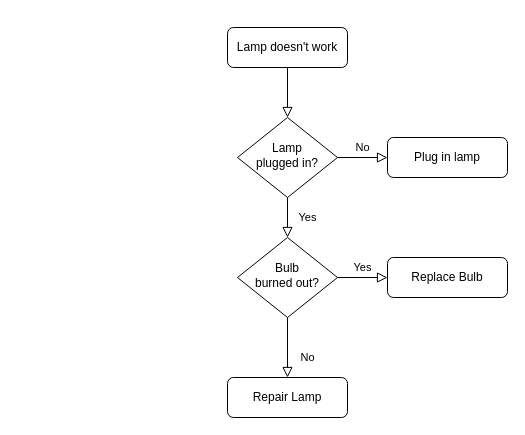
This is h5游戏开发.drawio from Miroscyer/jslearn, a draw.io file, before an edit. Source tidied: cells renumbered, new cells numbered last; positions are measured from the earlier drawing's top-left corner, leaving out a move shared by most shapes. Both pictures are drawn from the tidied source at 100%, with x=0, y=0 at pixel (227, 27).
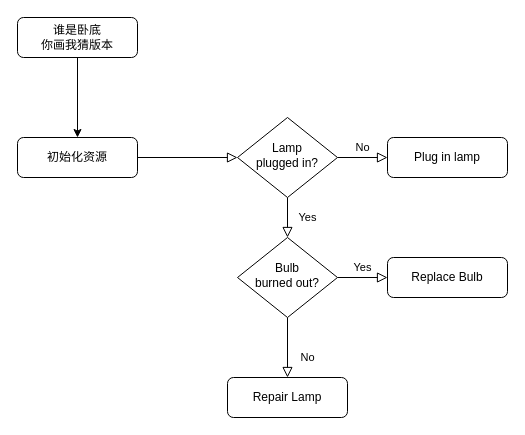
The same diagram, later.

What changed in the source:
```diff
@@
 <mxGraphModel>
   <root>
     <mxCell id="0" />
     <mxCell id="1" parent="0" />
     <mxCell id="2" style="rounded=0;html=1;jettySize=auto;fontSize=11;endArrow=block;endFill=0;endSize=8;strokeWidth=1;shadow=0;labelBackgroundColor=none;edgeStyle=orthogonalEdgeStyle;" parent="1" edge="1" source="3" target="6">
       <mxGeometry relative="1" as="geometry" />
     </mxCell>
-    <mxCell id="3" value="Lamp doesn't work" style="rounded=1;whiteSpace=wrap;html=1;fontSize=12;glass=0;strokeWidth=1;shadow=0;" parent="1" vertex="1">
-      <mxGeometry width="120" height="40" as="geometry" />
+    <mxCell id="3" value="初始化资源" style="rounded=1;whiteSpace=wrap;html=1;fontSize=12;glass=0;strokeWidth=1;shadow=0;" parent="1" vertex="1">
+      <mxGeometry x="-210" y="110" width="120" height="40" as="geometry" />
     </mxCell>
     <mxCell id="4" value="Yes" style="rounded=0;html=1;jettySize=auto;fontSize=11;endArrow=block;endFill=0;endSize=8;strokeWidth=1;shadow=0;labelBackgroundColor=none;edgeStyle=orthogonalEdgeStyle;" parent="1" edge="1" source="6" target="10">
       <mxGeometry y="20" relative="1" as="geometry" />
     </mxCell>
     <mxCell id="5" value="No" style="edgeStyle=orthogonalEdgeStyle;rounded=0;html=1;jettySize=auto;fontSize=11;endArrow=block;endFill=0;endSize=8;strokeWidth=1;shadow=0;labelBackgroundColor=none;" parent="1" edge="1" source="6" target="7">
       <mxGeometry y="10" relative="1" as="geometry" />
     </mxCell>
     <mxCell id="6" value="Lamp&lt;br&gt;plugged in?" style="rhombus;whiteSpace=wrap;html=1;shadow=0;fontFamily=Helvetica;fontSize=12;align=center;strokeWidth=1;spacing=6;spacingTop=-4;" parent="1" vertex="1">
       <mxGeometry x="10" y="90" width="100" height="80" as="geometry" />
     </mxCell>
     <mxCell id="7" value="Plug in lamp" style="rounded=1;whiteSpace=wrap;html=1;fontSize=12;glass=0;strokeWidth=1;shadow=0;" parent="1" vertex="1">
       <mxGeometry x="160" y="110" width="120" height="40" as="geometry" />
     </mxCell>
     <mxCell id="8" value="No" style="rounded=0;html=1;jettySize=auto;fontSize=11;endArrow=block;endFill=0;endSize=8;strokeWidth=1;shadow=0;labelBackgroundColor=none;edgeStyle=orthogonalEdgeStyle;" parent="1" edge="1" source="10" target="11">
       <mxGeometry x="0.33" y="20" relative="1" as="geometry" />
     </mxCell>
     <mxCell id="9" value="Yes" style="edgeStyle=orthogonalEdgeStyle;rounded=0;html=1;jettySize=auto;fontSize=11;endArrow=block;endFill=0;endSize=8;strokeWidth=1;shadow=0;labelBackgroundColor=none;" parent="1" edge="1" source="10" target="12">
       <mxGeometry y="10" relative="1" as="geometry" />
     </mxCell>
     <mxCell id="10" value="Bulb&lt;br&gt;burned out?" style="rhombus;whiteSpace=wrap;html=1;shadow=0;fontFamily=Helvetica;fontSize=12;align=center;strokeWidth=1;spacing=6;spacingTop=-4;" parent="1" vertex="1">
       <mxGeometry x="10" y="210" width="100" height="80" as="geometry" />
     </mxCell>
     <mxCell id="11" value="Repair Lamp" style="rounded=1;whiteSpace=wrap;html=1;fontSize=12;glass=0;strokeWidth=1;shadow=0;" parent="1" vertex="1">
       <mxGeometry y="350" width="120" height="40" as="geometry" />
     </mxCell>
     <mxCell id="12" value="Replace Bulb" style="rounded=1;whiteSpace=wrap;html=1;fontSize=12;glass=0;strokeWidth=1;shadow=0;" parent="1" vertex="1">
       <mxGeometry x="160" y="230" width="120" height="40" as="geometry" />
     </mxCell>
+    <mxCell id="13" style="edgeStyle=orthogonalEdgeStyle;rounded=0;jettySize=auto;html=1;exitX=0.5;exitY=1;exitDx=0;exitDy=0;" parent="1" edge="1" source="14" target="3">
+      <mxGeometry relative="1" as="geometry" />
+    </mxCell>
+    <mxCell id="14" value="谁是卧底&lt;br style=&quot;border-color: var(--border-color);&quot;&gt;你画我猜版本" style="rounded=1;whiteSpace=wrap;html=1;fontSize=12;glass=0;strokeWidth=1;shadow=0;" parent="1" vertex="1">
+      <mxGeometry x="-210" y="-10" width="120" height="40" as="geometry" />
+    </mxCell>
   </root>
 </mxGraphModel>
```
